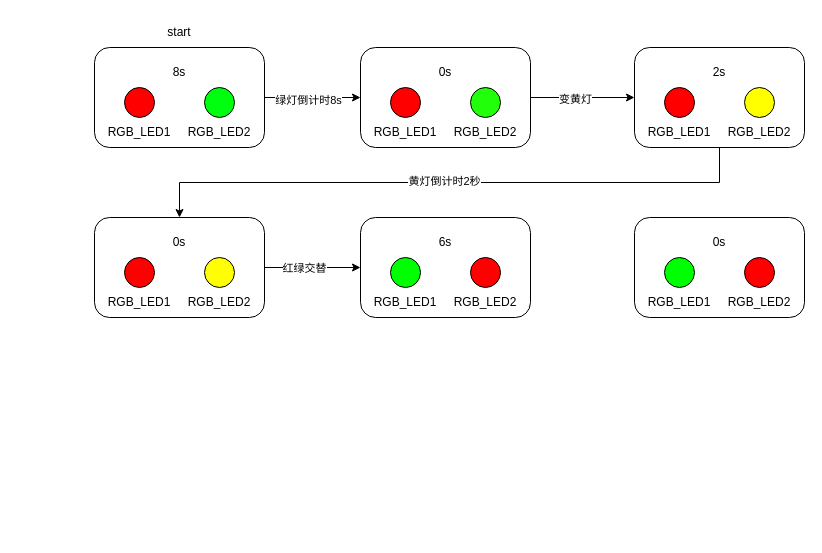
Before: 非对等红绿灯.drawio in likejerry-proj/draw.io, a draw.io diagram. Source tidied: cells renumbered, new cells numbered last; positions are measured from the earlier drawing's top-left corner, leaving out a move shared by most shapes. Both pictures are drawn from the tidied source at 100%, with x=0, y=0 at pixel (94, 17).
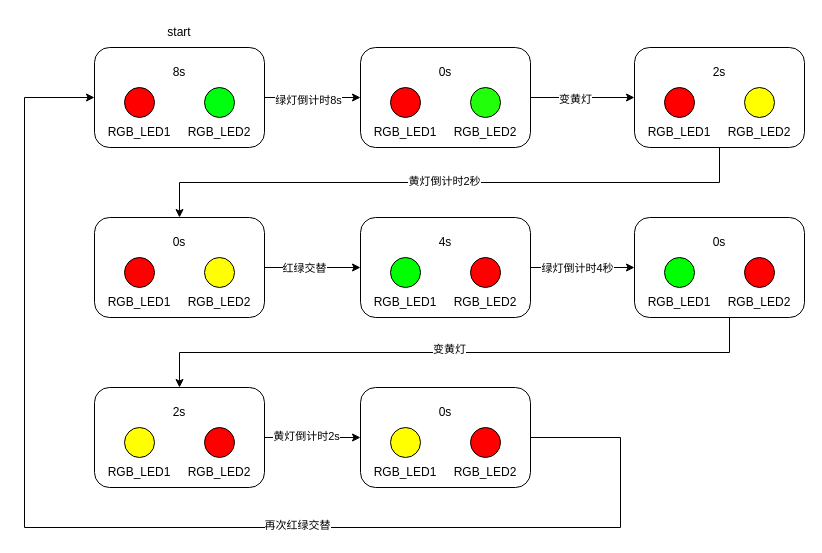
The same diagram, later.

Commit message:
更新非对等红绿灯.drawio

The change refers to these unchanged cells:
```xml
<mxCell id="4" style="rounded=1;whiteSpace=wrap;html=1;" parent="1" vertex="1">
  <mxGeometry y="30" width="170" height="100" as="geometry" />
</mxCell>
<mxCell id="35" style="rounded=1;whiteSpace=wrap;html=1;" parent="1" vertex="1">
  <mxGeometry x="266" y="200" width="170" height="100" as="geometry" />
</mxCell>
<mxCell id="41" style="rounded=1;whiteSpace=wrap;html=1;" parent="1" vertex="1">
  <mxGeometry x="540" y="200" width="170" height="100" as="geometry" />
</mxCell>
<mxCell id="45" value="RGB_LED2" style="text;html=1;whiteSpace=wrap;strokeColor=none;fillColor=none;align=center;verticalAlign=middle;rounded=0;" parent="1" vertex="1">
  <mxGeometry x="635" y="270" width="60" height="30" as="geometry" />
</mxCell>
```

What changed in the source:
```diff
@@
+    <mxCell id="47" style="edgeStyle=orthogonalEdgeStyle;rounded=0;jettySize=auto;html=1;exitX=1;exitY=0.5;exitDx=0;exitDy=0;entryX=0;entryY=0.5;entryDx=0;entryDy=0;" parent="1" edge="1" source="35" target="41">
+      <mxGeometry relative="1" as="geometry" />
+    </mxCell>
+    <mxCell id="48" value="绿灯倒计时4秒" style="edgeLabel;html=1;align=center;verticalAlign=middle;" parent="47" vertex="1">
+      <mxGeometry x="-0.11" relative="1" as="geometry" />
+    </mxCell>
@@
-    <mxCell id="40" value="6s" style="text;html=1;whiteSpace=wrap;strokeColor=none;fillColor=none;align=center;verticalAlign=middle;rounded=0;" parent="1" vertex="1">
+    <mxCell id="40" value="4s" style="text;html=1;whiteSpace=wrap;strokeColor=none;fillColor=none;align=center;verticalAlign=middle;rounded=0;" parent="1" vertex="1">
       <mxGeometry x="321" y="210" width="60" height="30" as="geometry" />
     </mxCell>
@@
+    <mxCell id="49" style="edgeStyle=orthogonalEdgeStyle;rounded=0;jettySize=auto;html=1;exitX=0;exitY=1;exitDx=0;exitDy=0;entryX=0.5;entryY=0;entryDx=0;entryDy=0;" parent="1" edge="1" source="45" target="53">
+      <mxGeometry relative="1" as="geometry" />
+    </mxCell>
+    <mxCell id="50" value="变黄灯" style="edgeLabel;html=1;align=center;verticalAlign=middle;" parent="49" vertex="1">
+      <mxGeometry x="0.02" y="-4" relative="1" as="geometry" />
+    </mxCell>
@@
+    <mxCell id="51" style="edgeStyle=orthogonalEdgeStyle;rounded=0;jettySize=auto;html=1;exitX=1;exitY=0.5;exitDx=0;exitDy=0;entryX=0;entryY=0.5;entryDx=0;entryDy=0;" parent="1" edge="1" source="53" target="61">
+      <mxGeometry relative="1" as="geometry" />
+    </mxCell>
+    <mxCell id="52" value="黄灯倒计时2s" style="edgeLabel;html=1;align=center;verticalAlign=middle;" parent="51" vertex="1">
+      <mxGeometry x="-0.14" y="2" relative="1" as="geometry" />
+    </mxCell>
+    <mxCell id="53" style="rounded=1;whiteSpace=wrap;html=1;" parent="1" vertex="1">
+      <mxGeometry y="370" width="170" height="100" as="geometry" />
+    </mxCell>
+    <mxCell id="54" style="ellipse;whiteSpace=wrap;html=1;fillStyle=solid;fillColor=light-dark(#FFFF00,#EDEDED);" parent="1" vertex="1">
+      <mxGeometry x="30" y="410" width="30" height="30" as="geometry" />
+    </mxCell>
+    <mxCell id="55" style="ellipse;whiteSpace=wrap;html=1;fillStyle=solid;fillColor=light-dark(#FF0000,#EDEDED);" parent="1" vertex="1">
+      <mxGeometry x="110" y="410" width="30" height="30" as="geometry" />
+    </mxCell>
+    <mxCell id="56" value="RGB_LED1" style="text;html=1;whiteSpace=wrap;strokeColor=none;fillColor=none;align=center;verticalAlign=middle;rounded=0;" parent="1" vertex="1">
+      <mxGeometry x="15" y="440" width="60" height="30" as="geometry" />
+    </mxCell>
+    <mxCell id="57" value="RGB_LED2" style="text;html=1;whiteSpace=wrap;strokeColor=none;fillColor=none;align=center;verticalAlign=middle;rounded=0;" parent="1" vertex="1">
+      <mxGeometry x="95" y="440" width="60" height="30" as="geometry" />
+    </mxCell>
+    <mxCell id="58" value="2s" style="text;html=1;whiteSpace=wrap;strokeColor=none;fillColor=none;align=center;verticalAlign=middle;rounded=0;" parent="1" vertex="1">
+      <mxGeometry x="55" y="380" width="60" height="30" as="geometry" />
+    </mxCell>
+    <mxCell id="59" style="edgeStyle=orthogonalEdgeStyle;rounded=0;jettySize=auto;html=1;exitX=1;exitY=0.5;exitDx=0;exitDy=0;entryX=0;entryY=0.5;entryDx=0;entryDy=0;" parent="1" edge="1" source="61" target="4">
+      <mxGeometry relative="1" as="geometry">
+        <Array as="points">
+          <mxPoint x="526" y="420" />
+          <mxPoint x="526" y="510" />
+          <mxPoint x="-70" y="510" />
+          <mxPoint x="-70" y="80" />
+        </Array>
+      </mxGeometry>
+    </mxCell>
+    <mxCell id="60" value="再次红绿交替" style="edgeLabel;html=1;align=center;verticalAlign=middle;" parent="59" vertex="1">
+      <mxGeometry x="-0.21" y="-3" relative="1" as="geometry" />
+    </mxCell>
+    <mxCell id="61" style="rounded=1;whiteSpace=wrap;html=1;" parent="1" vertex="1">
+      <mxGeometry x="266" y="370" width="170" height="100" as="geometry" />
+    </mxCell>
+    <mxCell id="62" style="ellipse;whiteSpace=wrap;html=1;fillStyle=solid;fillColor=light-dark(#FFFF00,#EDEDED);" parent="1" vertex="1">
+      <mxGeometry x="296" y="410" width="30" height="30" as="geometry" />
+    </mxCell>
+    <mxCell id="63" style="ellipse;whiteSpace=wrap;html=1;fillStyle=solid;fillColor=light-dark(#FF0000,#EDEDED);" parent="1" vertex="1">
+      <mxGeometry x="376" y="410" width="30" height="30" as="geometry" />
+    </mxCell>
+    <mxCell id="64" value="RGB_LED1" style="text;html=1;whiteSpace=wrap;strokeColor=none;fillColor=none;align=center;verticalAlign=middle;rounded=0;" parent="1" vertex="1">
+      <mxGeometry x="281" y="440" width="60" height="30" as="geometry" />
+    </mxCell>
+    <mxCell id="65" value="RGB_LED2" style="text;html=1;whiteSpace=wrap;strokeColor=none;fillColor=none;align=center;verticalAlign=middle;rounded=0;" parent="1" vertex="1">
+      <mxGeometry x="361" y="440" width="60" height="30" as="geometry" />
+    </mxCell>
+    <mxCell id="66" value="0s" style="text;html=1;whiteSpace=wrap;strokeColor=none;fillColor=none;align=center;verticalAlign=middle;rounded=0;" parent="1" vertex="1">
+      <mxGeometry x="321" y="380" width="60" height="30" as="geometry" />
+    </mxCell>
```
